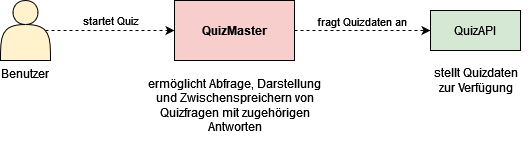
The draw.io diagram diagrams/SystemContextDiagram.drawio.png in FranziskaGreiner/QuizMaster, before a commit. Source tidied: cells renumbered, new cells last; positions are measured from the earlier drawing's top-left corner, leaving out a move shared by most shapes.
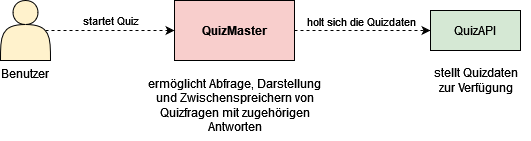
The same diagram one commit later.

Change to the diagram source:
```diff
@@ -5,7 +5,7 @@
     <mxCell id="2" style="edgeStyle=orthogonalEdgeStyle;rounded=0;jettySize=auto;html=1;exitX=1;exitY=0.5;exitDx=0;exitDy=0;entryX=0;entryY=0.5;entryDx=0;entryDy=0;fontColor=#000000;strokeColor=#000000;dashed=1;" parent="1" edge="1" source="4" target="5">
       <mxGeometry relative="1" as="geometry" />
     </mxCell>
-    <mxCell id="3" value="fragt Quizdaten an" style="edgeLabel;html=1;align=center;verticalAlign=bottom;fontColor=#000000;labelPosition=center;verticalLabelPosition=top;" parent="2" vertex="1">
+    <mxCell id="3" value="holt sich die Quizdaten" style="edgeLabel;html=1;align=center;verticalAlign=bottom;fontColor=#000000;labelPosition=center;verticalLabelPosition=top;" parent="2" vertex="1">
       <mxGeometry x="-0.19" y="-4" relative="1" as="geometry">
         <mxPoint x="11" y="-4" as="offset" />
       </mxGeometry>
```
